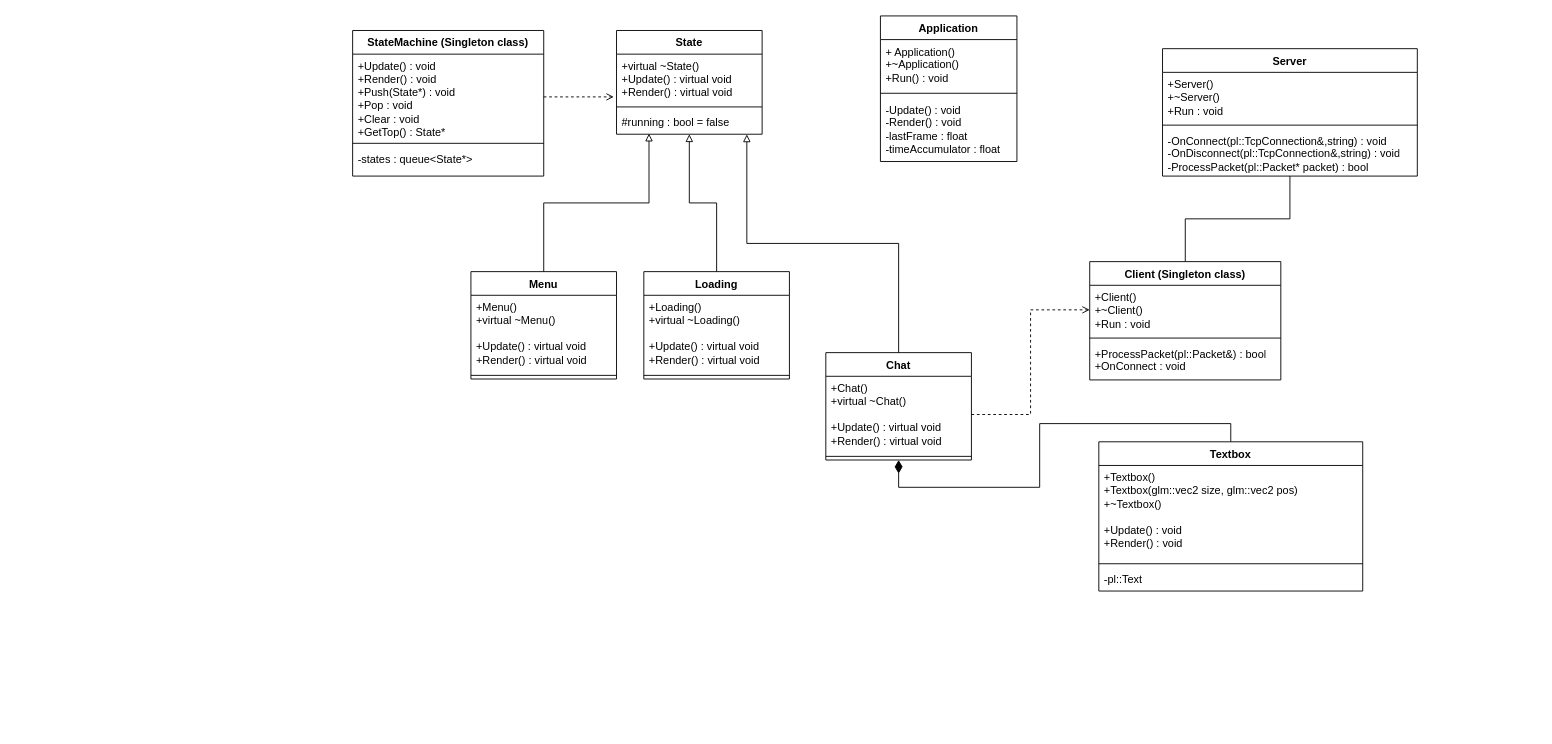
Above: Repo/diagram.drawio in Panogrodek/OpenGL-Communicator (draw.io), before the change. Source tidied: cells renumbered, new cells numbered last; positions are measured from the earlier drawing's top-left corner, leaving out a move shared by most shapes. Both pictures are drawn from the tidied source at 91%, with x=0, y=0 at pixel (352, 15).
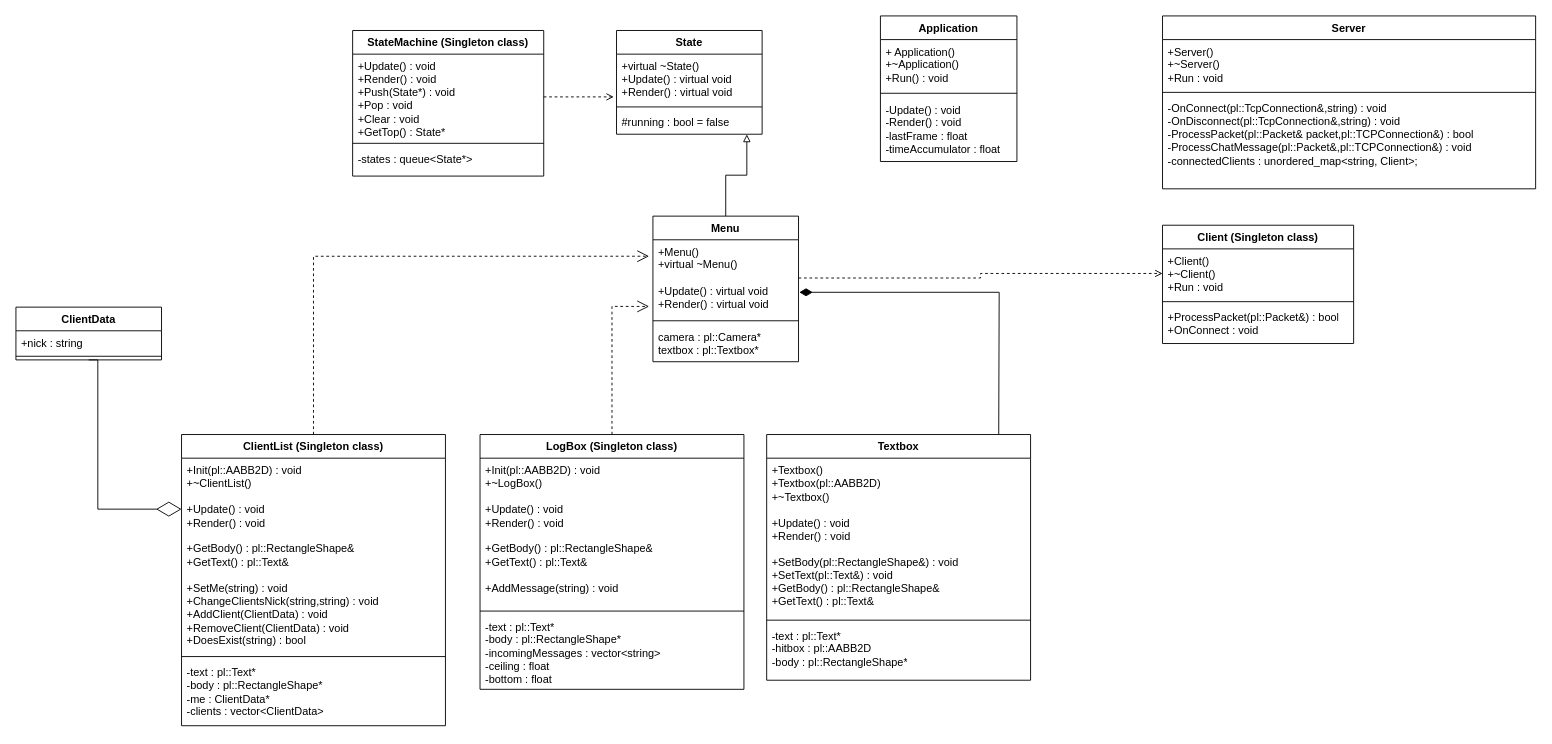
Above is the later version.

Unchanged cells that the change refers to:
```xml
<mxCell id="13" value="#running : bool = false" style="text;strokeColor=none;fillColor=none;align=left;verticalAlign=top;spacingLeft=4;spacingRight=4;overflow=hidden;points=[[0,0.5],[1,0.5]];portConstraint=eastwest;whiteSpace=wrap;html=1;" parent="10" vertex="1">
  <mxGeometry y="88" width="160" height="26" as="geometry" />
</mxCell>
```

The edit, as a diff of the source:
```diff
@@
-    <mxCell id="14" value="Menu" style="swimlane;fontStyle=1;align=center;verticalAlign=top;horizontal=1;startSize=26;whiteSpace=wrap;html=1;" parent="1" vertex="1">
-      <mxGeometry x="130" y="281" width="160" height="118" as="geometry" />
-    </mxCell>
-    <mxCell id="15" value="+Menu()&lt;div&gt;+virtual ~Menu()&lt;/div&gt;&lt;div&gt;&lt;br&gt;&lt;/div&gt;&lt;div&gt;+Update() : virtual void&lt;/div&gt;&lt;div&gt;+Render() : virtual void&lt;/div&gt;" style="text;strokeColor=none;fillColor=none;align=left;verticalAlign=top;spacingLeft=4;spacingRight=4;overflow=hidden;whiteSpace=wrap;html=1;" parent="14" vertex="1">
-      <mxGeometry y="26" width="160" height="84" as="geometry" />
-    </mxCell>
-    <mxCell id="16" style="line;strokeWidth=1;fillColor=none;align=left;verticalAlign=middle;spacingTop=-1;spacingLeft=3;spacingRight=3;labelPosition=right;strokeColor=inherit;" parent="14" vertex="1">
-      <mxGeometry y="110" width="160" height="8" as="geometry" />
-    </mxCell>
-    <mxCell id="17" value="Loading" style="swimlane;fontStyle=1;align=center;verticalAlign=top;horizontal=1;startSize=26;whiteSpace=wrap;html=1;" parent="1" vertex="1">
-      <mxGeometry x="320" y="281" width="160" height="118" as="geometry" />
-    </mxCell>
-    <mxCell id="18" value="+Loading()&lt;div&gt;+virtual ~Loading()&lt;/div&gt;&lt;div&gt;&lt;br&gt;&lt;/div&gt;&lt;div&gt;+Update() : virtual void&lt;/div&gt;&lt;div&gt;+Render() : virtual void&lt;/div&gt;" style="text;strokeColor=none;fillColor=none;align=left;verticalAlign=top;spacingLeft=4;spacingRight=4;overflow=hidden;whiteSpace=wrap;html=1;" parent="17" vertex="1">
-      <mxGeometry y="26" width="160" height="84" as="geometry" />
-    </mxCell>
-    <mxCell id="19" style="line;strokeWidth=1;fillColor=none;align=left;verticalAlign=middle;spacingTop=-1;spacingLeft=3;spacingRight=3;labelPosition=right;strokeColor=inherit;" parent="17" vertex="1">
-      <mxGeometry y="110" width="160" height="8" as="geometry" />
-    </mxCell>
-    <mxCell id="20" value="Chat" style="swimlane;fontStyle=1;align=center;verticalAlign=top;horizontal=1;startSize=26;whiteSpace=wrap;html=1;" parent="1" vertex="1">
-      <mxGeometry x="520" y="370" width="160" height="118" as="geometry" />
+    <mxCell id="20" value="Menu" style="swimlane;fontStyle=1;align=center;verticalAlign=top;horizontal=1;startSize=26;whiteSpace=wrap;html=1;" parent="1" vertex="1">
+      <mxGeometry x="330" y="220" width="160" height="160" as="geometry" />
     </mxCell>
-    <mxCell id="21" value="+Chat()&lt;div&gt;+virtual ~Chat()&lt;/div&gt;&lt;div&gt;&lt;br&gt;&lt;/div&gt;&lt;div&gt;+Update() : virtual void&lt;/div&gt;&lt;div&gt;+Render() : virtual void&lt;/div&gt;" style="text;strokeColor=none;fillColor=none;align=left;verticalAlign=top;spacingLeft=4;spacingRight=4;overflow=hidden;points=[[0,0.5],[1,0.5]];portConstraint=eastwest;whiteSpace=wrap;html=1;" parent="20" vertex="1">
+    <mxCell id="21" value="+Menu()&lt;div&gt;+virtual ~Menu()&lt;/div&gt;&lt;div&gt;&lt;br&gt;&lt;/div&gt;&lt;div&gt;+Update() : virtual void&lt;/div&gt;&lt;div&gt;+Render() : virtual void&lt;/div&gt;" style="text;strokeColor=none;fillColor=none;align=left;verticalAlign=top;spacingLeft=4;spacingRight=4;overflow=hidden;points=[[0,0.5],[1,0.5]];portConstraint=eastwest;whiteSpace=wrap;html=1;" parent="20" vertex="1">
       <mxGeometry y="26" width="160" height="84" as="geometry" />
     </mxCell>
     <mxCell id="22" style="line;strokeWidth=1;fillColor=none;align=left;verticalAlign=middle;spacingTop=-1;spacingLeft=3;spacingRight=3;labelPosition=right;strokeColor=inherit;" parent="20" vertex="1">
-      <mxGeometry y="110" width="160" height="8" as="geometry" />
+      <mxGeometry y="110" width="160" height="10" as="geometry" />
     </mxCell>
-    <mxCell id="23" style="edgeStyle=orthogonalEdgeStyle;rounded=0;jettySize=auto;html=1;exitX=0.5;exitY=0;exitDx=0;exitDy=0;entryX=0.5;entryY=1;entryDx=0;entryDy=0;endArrow=none;endFill=0;" parent="1" edge="1" source="24" target="28">
-      <mxGeometry relative="1" as="geometry" />
-    </mxCell>
+    <mxCell id="42" value="camera : pl::Camera*&lt;div&gt;textbox : pl::Textbox*&lt;/div&gt;" style="text;strokeColor=none;fillColor=none;align=left;verticalAlign=top;spacingLeft=4;spacingRight=4;overflow=hidden;whiteSpace=wrap;html=1;" parent="20" vertex="1">
+      <mxGeometry y="120" width="160" height="40" as="geometry" />
+    </mxCell>
     <mxCell id="24" value="Client (Singleton class)" style="swimlane;fontStyle=1;align=center;verticalAlign=top;horizontal=1;startSize=26;whiteSpace=wrap;html=1;" parent="1" vertex="1">
-      <mxGeometry x="810" y="270" width="210" height="130" as="geometry" />
+      <mxGeometry x="890" y="230" width="210" height="130" as="geometry" />
     </mxCell>
@@
     <mxCell id="28" value="Server" style="swimlane;fontStyle=1;align=center;verticalAlign=top;horizontal=1;startSize=26;whiteSpace=wrap;html=1;" parent="1" vertex="1">
-      <mxGeometry x="890" y="36" width="280" height="140" as="geometry" />
+      <mxGeometry x="890" width="410" height="190" as="geometry" />
     </mxCell>
     <mxCell id="29" value="+Server()&lt;div&gt;+~Server()&lt;/div&gt;&lt;div&gt;+Run : void&lt;/div&gt;" style="text;strokeColor=none;fillColor=none;align=left;verticalAlign=top;spacingLeft=4;spacingRight=4;overflow=hidden;whiteSpace=wrap;html=1;" parent="28" vertex="1">
-      <mxGeometry y="26" width="280" height="54" as="geometry" />
+      <mxGeometry y="26" width="410" height="54" as="geometry" />
     </mxCell>
     <mxCell id="30" style="line;strokeWidth=1;fillColor=none;align=left;verticalAlign=middle;spacingTop=-1;spacingLeft=3;spacingRight=3;labelPosition=right;strokeColor=inherit;" parent="28" vertex="1">
-      <mxGeometry y="80" width="280" height="8" as="geometry" />
+      <mxGeometry y="80" width="410" height="8" as="geometry" />
     </mxCell>
-    <mxCell id="31" value="-OnConnect(pl::TcpConnection&amp;amp;,string) : void&lt;div&gt;-OnDisconnect(pl::TcpConnection&amp;amp;,string) : void&lt;/div&gt;&lt;div&gt;-ProcessPacket(pl::Packet* packet) : bool&lt;/div&gt;" style="text;strokeColor=none;fillColor=none;align=left;verticalAlign=top;spacingLeft=4;spacingRight=4;overflow=hidden;whiteSpace=wrap;html=1;" parent="28" vertex="1">
-      <mxGeometry y="88" width="280" height="52" as="geometry" />
+    <mxCell id="31" value="-OnConnect(pl::TcpConnection&amp;amp;,string) : void&lt;div&gt;-OnDisconnect(pl::TcpConnection&amp;amp;,string) : void&lt;/div&gt;&lt;div&gt;-ProcessPacket(pl::Packet&amp;amp; packet,pl::TCPConnection&amp;amp;) : bool&lt;/div&gt;&lt;div&gt;-ProcessChatMessage(pl::Packet&amp;amp;,pl::TCPConnection&amp;amp;) : void&lt;/div&gt;&lt;div&gt;-&lt;span style=&quot;white-space: normal;&quot;&gt;&lt;span style=&quot;background-color: initial;&quot;&gt;connectedClients :&amp;nbsp;&lt;/span&gt;&lt;/span&gt;&lt;span style=&quot;background-color: initial;&quot;&gt;unordered_map&amp;lt;string, Client&amp;gt;&lt;/span&gt;&lt;span style=&quot;background-color: initial;&quot;&gt;;&lt;/span&gt;&lt;/div&gt;" style="text;strokeColor=none;fillColor=none;align=left;verticalAlign=top;spacingLeft=4;spacingRight=4;overflow=hidden;whiteSpace=wrap;html=1;" parent="28" vertex="1">
+      <mxGeometry y="88" width="410" height="102" as="geometry" />
     </mxCell>
@@
-    <mxCell id="33" style="edgeStyle=orthogonalEdgeStyle;rounded=0;jettySize=auto;html=1;exitX=0.5;exitY=0;exitDx=0;exitDy=0;entryX=0.5;entryY=1;entryDx=0;entryDy=0;entryPerimeter=0;endArrow=block;endFill=0;" parent="1" edge="1" source="17" target="13">
-      <mxGeometry relative="1" as="geometry" />
-    </mxCell>
@@
-    <mxCell id="35" style="edgeStyle=orthogonalEdgeStyle;rounded=0;jettySize=auto;html=1;exitX=0.5;exitY=0;exitDx=0;exitDy=0;entryX=0.223;entryY=0.974;entryDx=0;entryDy=0;entryPerimeter=0;endArrow=block;endFill=0;" parent="1" edge="1" source="14" target="13">
-      <mxGeometry relative="1" as="geometry" />
-    </mxCell>
-    <mxCell id="36" style="edgeStyle=orthogonalEdgeStyle;rounded=0;jettySize=auto;html=1;exitX=0.5;exitY=0;exitDx=0;exitDy=0;entryX=0.5;entryY=1;entryDx=0;entryDy=0;endArrow=diamondThin;endFill=1;startArrow=none;startFill=0;endSize=12;" parent="1" edge="1" source="37" target="20">
-      <mxGeometry relative="1" as="geometry" />
+    <mxCell id="36" style="edgeStyle=orthogonalEdgeStyle;rounded=0;jettySize=auto;html=1;exitX=0.5;exitY=0;exitDx=0;exitDy=0;endArrow=diamondThin;endFill=1;startArrow=none;startFill=0;endSize=12;entryX=1.005;entryY=0.687;entryDx=0;entryDy=0;entryPerimeter=0;" parent="1" edge="1" target="21">
+      <mxGeometry relative="1" as="geometry">
+        <mxPoint x="710" y="459.5" as="sourcePoint" />
+      </mxGeometry>
     </mxCell>
     <mxCell id="37" value="Textbox" style="swimlane;fontStyle=1;align=center;verticalAlign=top;horizontal=1;startSize=26;whiteSpace=wrap;html=1;" parent="1" vertex="1">
-      <mxGeometry x="820" y="468" width="290" height="164" as="geometry" />
+      <mxGeometry x="455" y="460" width="290" height="270" as="geometry" />
     </mxCell>
-    <mxCell id="38" value="+Textbox()&lt;div&gt;+Textbox(glm::vec2 size, glm::vec2 pos)&lt;/div&gt;&lt;div&gt;+~Textbox()&lt;/div&gt;&lt;div&gt;&lt;br&gt;&lt;/div&gt;&lt;div&gt;+Update() : void&lt;/div&gt;&lt;div&gt;+Render() : void&lt;/div&gt;" style="text;strokeColor=none;fillColor=none;align=left;verticalAlign=top;spacingLeft=4;spacingRight=4;overflow=hidden;whiteSpace=wrap;html=1;" parent="37" vertex="1">
-      <mxGeometry y="26" width="290" height="104" as="geometry" />
+    <mxCell id="38" value="+Textbox()&lt;div&gt;+Textbox(pl::AABB2D)&lt;/div&gt;&lt;div&gt;+~Textbox()&lt;/div&gt;&lt;div&gt;&lt;br&gt;&lt;/div&gt;&lt;div&gt;+Update() : void&lt;/div&gt;&lt;div&gt;+Render() : void&lt;/div&gt;&lt;div&gt;&lt;br&gt;&lt;/div&gt;&lt;div&gt;+SetBody(pl::RectangleShape&amp;amp;) : void&lt;/div&gt;&lt;div&gt;+SetText(pl::Text&amp;amp;) : void&lt;/div&gt;&lt;div&gt;+GetBody() : pl::RectangleShape&amp;amp;&lt;/div&gt;&lt;div&gt;+GetText() : pl::Text&amp;amp;&lt;/div&gt;" style="text;strokeColor=none;fillColor=none;align=left;verticalAlign=top;spacingLeft=4;spacingRight=4;overflow=hidden;whiteSpace=wrap;html=1;" parent="37" vertex="1">
+      <mxGeometry y="26" width="290" height="174" as="geometry" />
     </mxCell>
     <mxCell id="39" style="line;strokeWidth=1;fillColor=none;align=left;verticalAlign=middle;spacingTop=-1;spacingLeft=3;spacingRight=3;labelPosition=right;strokeColor=inherit;" parent="37" vertex="1">
-      <mxGeometry y="130" width="290" height="8" as="geometry" />
+      <mxGeometry y="200" width="290" height="8" as="geometry" />
     </mxCell>
-    <mxCell id="40" value="-pl::Text" style="text;strokeColor=none;fillColor=none;align=left;verticalAlign=top;spacingLeft=4;spacingRight=4;overflow=hidden;whiteSpace=wrap;html=1;" parent="37" vertex="1">
-      <mxGeometry y="138" width="290" height="26" as="geometry" />
+    <mxCell id="40" value="-text : pl::Text*&lt;div&gt;-hitbox : pl::AABB2D&lt;/div&gt;&lt;div&gt;-body : pl::RectangleShape*&lt;/div&gt;" style="text;strokeColor=none;fillColor=none;align=left;verticalAlign=top;spacingLeft=4;spacingRight=4;overflow=hidden;whiteSpace=wrap;html=1;" parent="37" vertex="1">
+      <mxGeometry y="208" width="290" height="62" as="geometry" />
     </mxCell>
@@
+    <mxCell id="43" value="LogBox (Singleton class)" style="swimlane;fontStyle=1;align=center;verticalAlign=top;horizontal=1;startSize=26;whiteSpace=wrap;html=1;" parent="1" vertex="1">
+      <mxGeometry x="140" y="460" width="290" height="280" as="geometry" />
+    </mxCell>
+    <mxCell id="44" value="&lt;div&gt;+Init(pl::AABB2D) : void&lt;/div&gt;&lt;div&gt;+~LogBox()&lt;/div&gt;&lt;div&gt;&lt;br&gt;&lt;/div&gt;&lt;div&gt;+Update() : void&lt;/div&gt;&lt;div&gt;+Render() : void&lt;/div&gt;&lt;div&gt;&lt;br&gt;&lt;/div&gt;&lt;div&gt;+GetBody() : pl::RectangleShape&amp;amp;&lt;/div&gt;&lt;div&gt;+GetText() : pl::Text&amp;amp;&lt;/div&gt;&lt;div&gt;&lt;br&gt;&lt;/div&gt;&lt;div&gt;+AddMessage(string) : void&lt;/div&gt;" style="text;strokeColor=none;fillColor=none;align=left;verticalAlign=top;spacingLeft=4;spacingRight=4;overflow=hidden;whiteSpace=wrap;html=1;" parent="43" vertex="1">
+      <mxGeometry y="26" width="290" height="164" as="geometry" />
+    </mxCell>
+    <mxCell id="45" style="line;strokeWidth=1;fillColor=none;align=left;verticalAlign=middle;spacingTop=-1;spacingLeft=3;spacingRight=3;labelPosition=right;strokeColor=inherit;" parent="43" vertex="1">
+      <mxGeometry y="190" width="290" height="8" as="geometry" />
+    </mxCell>
+    <mxCell id="46" value="-text : pl::Text*&lt;div&gt;-body : pl::RectangleShape*&lt;/div&gt;&lt;div&gt;-incomingMessages : vector&amp;lt;string&amp;gt;&lt;/div&gt;&lt;div&gt;-ceiling :&amp;nbsp;&lt;span style=&quot;background-color: initial;&quot;&gt;float&lt;/span&gt;&lt;span style=&quot;background-color: initial;&quot;&gt;&amp;nbsp;&lt;/span&gt;&lt;/div&gt;&lt;div&gt;-&lt;span style=&quot;background-color: initial;&quot;&gt;bottom :&amp;nbsp;&lt;/span&gt;&lt;span style=&quot;background-color: initial;&quot;&gt;float&amp;nbsp;&lt;/span&gt;&lt;/div&gt;" style="text;strokeColor=none;fillColor=none;align=left;verticalAlign=top;spacingLeft=4;spacingRight=4;overflow=hidden;whiteSpace=wrap;html=1;" parent="43" vertex="1">
+      <mxGeometry y="198" width="290" height="82" as="geometry" />
+    </mxCell>
+    <mxCell id="47" value="ClientList (Singleton class)" style="swimlane;fontStyle=1;align=center;verticalAlign=top;horizontal=1;startSize=26;whiteSpace=wrap;html=1;" parent="1" vertex="1">
+      <mxGeometry x="-188" y="460" width="290" height="320" as="geometry" />
+    </mxCell>
+    <mxCell id="48" value="&lt;div&gt;+Init(pl::AABB2D) : void&lt;/div&gt;&lt;div&gt;+~ClientList()&lt;/div&gt;&lt;div&gt;&lt;br&gt;&lt;/div&gt;&lt;div&gt;+Update() : void&lt;/div&gt;&lt;div&gt;+Render() : void&lt;/div&gt;&lt;div&gt;&lt;br&gt;&lt;/div&gt;&lt;div&gt;+GetBody() : pl::RectangleShape&amp;amp;&lt;/div&gt;&lt;div&gt;+GetText() : pl::Text&amp;amp;&lt;/div&gt;&lt;div&gt;&lt;br&gt;&lt;/div&gt;&lt;div&gt;+SetMe(string) : void&lt;/div&gt;&lt;div&gt;+ChangeClientsNick(string,string) : void&lt;/div&gt;&lt;div&gt;+AddClient(ClientData) : void&lt;/div&gt;&lt;div&gt;+RemoveClient(ClientData) : void&lt;/div&gt;&lt;div&gt;+DoesExist(string) : bool&lt;/div&gt;" style="text;strokeColor=none;fillColor=none;align=left;verticalAlign=top;spacingLeft=4;spacingRight=4;overflow=hidden;whiteSpace=wrap;html=1;" parent="47" vertex="1">
+      <mxGeometry y="26" width="290" height="214" as="geometry" />
+    </mxCell>
+    <mxCell id="49" style="line;strokeWidth=1;fillColor=none;align=left;verticalAlign=middle;spacingTop=-1;spacingLeft=3;spacingRight=3;labelPosition=right;strokeColor=inherit;" parent="47" vertex="1">
+      <mxGeometry y="240" width="290" height="8" as="geometry" />
+    </mxCell>
+    <mxCell id="50" value="-text : pl::Text*&lt;div&gt;-body : pl::RectangleShape*&lt;/div&gt;&lt;div&gt;-&lt;span style=&quot;background-color: initial;&quot;&gt;me :&amp;nbsp;&lt;/span&gt;&lt;span style=&quot;background-color: initial;&quot;&gt;ClientData*&amp;nbsp;&lt;/span&gt;&lt;/div&gt;&lt;div&gt;-clients : vector&amp;lt;ClientData&amp;gt;&lt;/div&gt;" style="text;strokeColor=none;fillColor=none;align=left;verticalAlign=top;spacingLeft=4;spacingRight=4;overflow=hidden;whiteSpace=wrap;html=1;" parent="47" vertex="1">
+      <mxGeometry y="248" width="290" height="72" as="geometry" />
+    </mxCell>
+    <mxCell id="51" style="edgeStyle=orthogonalEdgeStyle;rounded=0;jettySize=auto;html=1;entryX=0.5;entryY=0;entryDx=0;entryDy=0;endArrow=diamondThin;endFill=0;endSize=25;exitX=0.5;exitY=1;exitDx=0;exitDy=0;" parent="1" edge="1" source="52">
+      <mxGeometry relative="1" as="geometry">
+        <mxPoint x="-188" y="542" as="targetPoint" />
+        <Array as="points">
+          <mxPoint x="-280" y="378" />
+          <mxPoint x="-280" y="542" />
+        </Array>
+      </mxGeometry>
+    </mxCell>
+    <mxCell id="52" value="ClientData" style="swimlane;fontStyle=1;align=center;verticalAlign=top;horizontal=1;startSize=26;whiteSpace=wrap;html=1;" parent="1" vertex="1">
+      <mxGeometry x="-370" y="320" width="160" height="58" as="geometry" />
+    </mxCell>
+    <mxCell id="53" value="+nick : string" style="text;strokeColor=none;fillColor=none;align=left;verticalAlign=top;spacingLeft=4;spacingRight=4;overflow=hidden;whiteSpace=wrap;html=1;" parent="52" vertex="1">
+      <mxGeometry y="26" width="160" height="24" as="geometry" />
+    </mxCell>
+    <mxCell id="54" style="line;strokeWidth=1;fillColor=none;align=left;verticalAlign=middle;spacingTop=-1;spacingLeft=3;spacingRight=3;labelPosition=right;strokeColor=inherit;" parent="52" vertex="1">
+      <mxGeometry y="50" width="160" height="8" as="geometry" />
+    </mxCell>
+    <mxCell id="55" style="edgeStyle=orthogonalEdgeStyle;rounded=0;jettySize=auto;html=1;exitX=0.5;exitY=0;exitDx=0;exitDy=0;entryX=-0.026;entryY=0.872;entryDx=0;entryDy=0;entryPerimeter=0;dashed=1;endArrow=open;endFill=0;startSize=11;endSize=11;" parent="1" edge="1" source="43" target="21">
+      <mxGeometry relative="1" as="geometry" />
+    </mxCell>
+    <mxCell id="56" style="edgeStyle=orthogonalEdgeStyle;rounded=0;jettySize=auto;html=1;exitX=0.5;exitY=0;exitDx=0;exitDy=0;entryX=-0.026;entryY=0.215;entryDx=0;entryDy=0;entryPerimeter=0;dashed=1;endArrow=open;endFill=0;endSize=11;" parent="1" edge="1" source="47" target="21">
+      <mxGeometry relative="1" as="geometry" />
+    </mxCell>
```
